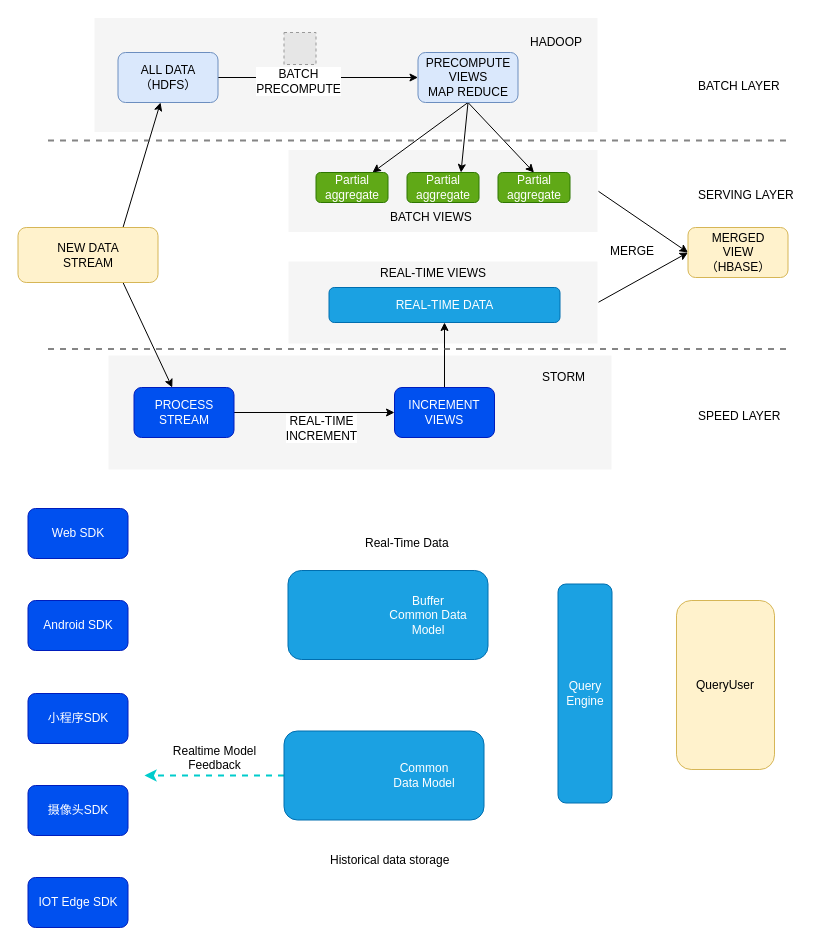
weiwen111/diagram keeps this draw.io diagram as page "Page-1" (1 of 3) of drawio/大数据IOTA 架构.drawio. Above is the earlier version. Source tidied: cells renumbered, new cells numbered last; positions are measured from the earlier drawing's top-left corner, leaving out a move shared by most shapes. Both pictures are drawn from the tidied source at 100%, with x=0, y=0 at pixel (17, 17). Pictures stored in the file or linked from it are replaced by grey dashed boxes.
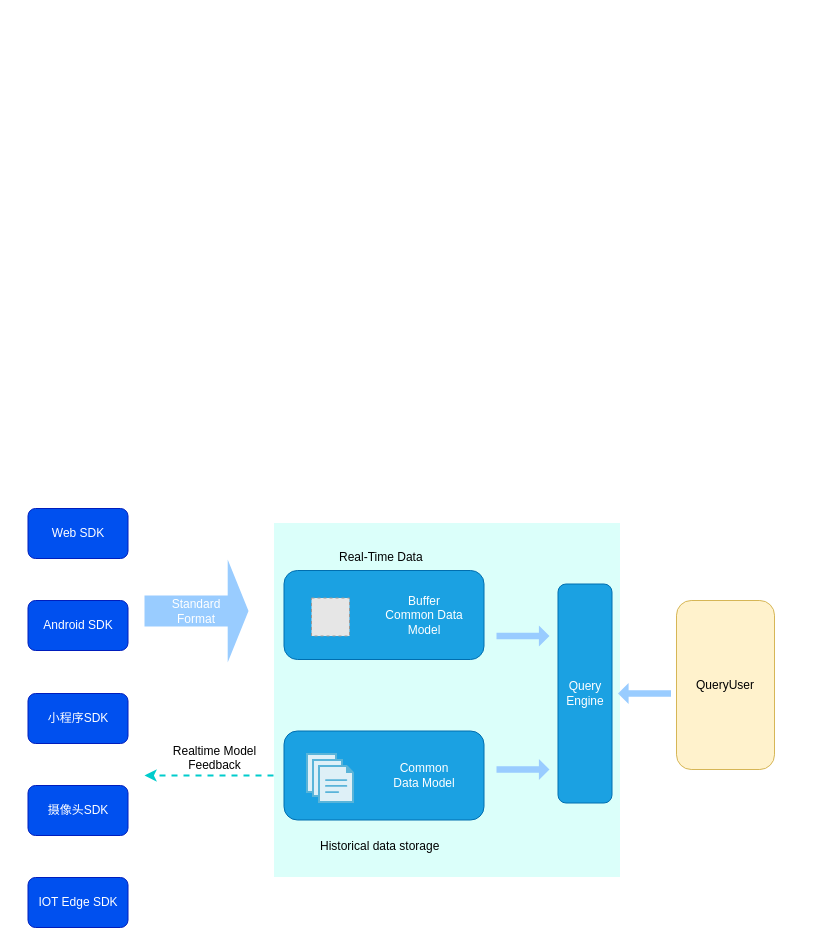
Above is the later version.

Commit message:
更新大数据IOTA 架构.drawio

The change refers to these unchanged cells:
```xml
<mxCell id="46" value="&lt;blockquote style=&quot;margin: 0 0 0 40px ; border: none ; padding: 0px&quot;&gt;&lt;blockquote style=&quot;margin: 0 0 0 40px ; border: none ; padding: 0px&quot;&gt;Common&lt;/blockquote&gt;&lt;blockquote style=&quot;margin: 0 0 0 40px ; border: none ; padding: 0px&quot;&gt;Data Model&lt;/blockquote&gt;&lt;/blockquote&gt;" style="rounded=1;whiteSpace=wrap;html=1;strokeColor=#006EAF;fillColor=#1ba1e2;fontColor=#ffffff;align=center;" parent="1" vertex="1">
  <mxGeometry x="266.5" y="713.5" width="200" height="89" as="geometry" />
</mxCell>
```

Diff of the diagram source:
```diff
@@
-    <mxCell id="2" style="edgeStyle=none;rounded=0;jettySize=auto;html=1;exitX=1;exitY=0.5;exitDx=0;exitDy=0;entryX=0;entryY=0.5;entryDx=0;entryDy=0;" parent="1" edge="1" source="3" target="28">
-      <mxGeometry relative="1" as="geometry" />
-    </mxCell>
-    <mxCell id="3" style="rounded=0;whiteSpace=wrap;html=1;fillColor=#f5f5f5;strokeColor=#FFFFFF;fontColor=#333333;" parent="1" vertex="1">
-      <mxGeometry x="270.5" y="243.5" width="310" height="83" as="geometry" />
-    </mxCell>
-    <mxCell id="4" style="edgeStyle=none;rounded=0;jettySize=auto;html=1;exitX=1;exitY=0.5;exitDx=0;exitDy=0;entryX=0;entryY=0.5;entryDx=0;entryDy=0;" parent="1" edge="1" source="5" target="28">
-      <mxGeometry relative="1" as="geometry" />
-    </mxCell>
-    <mxCell id="5" style="rounded=0;whiteSpace=wrap;html=1;fillColor=#f5f5f5;strokeColor=#FFFFFF;fontColor=#333333;" parent="1" vertex="1">
-      <mxGeometry x="270.5" y="132" width="310" height="83" as="geometry" />
-    </mxCell>
-    <mxCell id="6" style="rounded=0;whiteSpace=wrap;html=1;fillColor=#f5f5f5;strokeColor=#FFFFFF;fontColor=#333333;" parent="1" vertex="1">
-      <mxGeometry x="90.5" y="337.5" width="504" height="115" as="geometry" />
-    </mxCell>
-    <mxCell id="7" style="rounded=0;whiteSpace=wrap;html=1;fillColor=#f5f5f5;strokeColor=#FFFFFF;fontColor=#333333;" parent="1" vertex="1">
-      <mxGeometry x="76.5" width="504" height="115" as="geometry" />
-    </mxCell>
-    <mxCell id="8" style="edgeStyle=orthogonalEdgeStyle;rounded=0;jettySize=auto;html=1;" parent="1" edge="1" source="10" target="14">
-      <mxGeometry relative="1" as="geometry" />
-    </mxCell>
-    <mxCell id="9" value="BATCH&lt;br&gt;PRECOMPUTE&lt;br&gt;" style="text;html=1;align=center;verticalAlign=middle;labelBackgroundColor=#ffffff;" parent="8" vertex="1">
-      <mxGeometry x="-0.2" y="-3" relative="1" as="geometry" />
-    </mxCell>
-    <mxCell id="10" value="ALL DATA&lt;br&gt;（HDFS）&lt;br&gt;" style="rounded=1;whiteSpace=wrap;html=1;strokeColor=#6c8ebf;fillColor=#dae8fc;" parent="1" vertex="1">
-      <mxGeometry x="100.5" y="35" width="100" height="50" as="geometry" />
-    </mxCell>
-    <mxCell id="11" style="rounded=0;jettySize=auto;html=1;exitX=0.5;exitY=1;exitDx=0;exitDy=0;" parent="1" edge="1" source="14" target="25">
-      <mxGeometry relative="1" as="geometry" />
-    </mxCell>
-    <mxCell id="12" style="edgeStyle=none;rounded=0;jettySize=auto;html=1;exitX=0.5;exitY=1;exitDx=0;exitDy=0;entryX=0.75;entryY=0;entryDx=0;entryDy=0;" parent="1" edge="1" source="14" target="26">
-      <mxGeometry relative="1" as="geometry" />
-    </mxCell>
-    <mxCell id="13" style="edgeStyle=none;rounded=0;jettySize=auto;html=1;exitX=0.5;exitY=1;exitDx=0;exitDy=0;entryX=0.5;entryY=0;entryDx=0;entryDy=0;" parent="1" edge="1" source="14" target="27">
-      <mxGeometry relative="1" as="geometry" />
-    </mxCell>
-    <mxCell id="14" value="PRECOMPUTE&lt;br&gt;VIEWS&lt;br&gt;MAP REDUCE&lt;br&gt;" style="rounded=1;whiteSpace=wrap;html=1;strokeColor=#6c8ebf;fillColor=#dae8fc;" parent="1" vertex="1">
-      <mxGeometry x="400.5" y="35" width="100" height="50" as="geometry" />
-    </mxCell>
-    <mxCell id="15" style="fillColor=#E6E6E6;strokeColor=#999999;dashed=1;html=1;verticalAlign=top;verticalLabelPosition=bottom;labelBackgroundColor=#ffffff;" parent="1" vertex="1">
-      <mxGeometry x="266.5" y="15" width="32" height="32" as="geometry" />
-    </mxCell>
-    <mxCell id="16" style="rounded=0;jettySize=auto;html=1;exitX=0.75;exitY=0;exitDx=0;exitDy=0;" parent="1" edge="1" source="18" target="10">
-      <mxGeometry relative="1" as="geometry" />
-    </mxCell>
-    <mxCell id="17" style="rounded=0;jettySize=auto;html=1;exitX=0.75;exitY=1;exitDx=0;exitDy=0;" parent="1" edge="1" source="18" target="21">
-      <mxGeometry relative="1" as="geometry" />
-    </mxCell>
-    <mxCell id="18" value="NEW DATA&lt;br&gt;STREAM&lt;br&gt;" style="rounded=1;whiteSpace=wrap;html=1;strokeColor=#d6b656;fillColor=#fff2cc;" parent="1" vertex="1">
-      <mxGeometry x="0.5" y="210" width="140" height="55" as="geometry" />
-    </mxCell>
-    <mxCell id="19" style="edgeStyle=orthogonalEdgeStyle;rounded=0;jettySize=auto;html=1;exitX=1;exitY=0.5;exitDx=0;exitDy=0;" parent="1" edge="1" source="21" target="23">
-      <mxGeometry relative="1" as="geometry" />
-    </mxCell>
-    <mxCell id="20" value="REAL-TIME&lt;br&gt;INCREMENT&lt;br&gt;" style="text;html=1;align=center;verticalAlign=middle;labelBackgroundColor=#ffffff;" parent="19" vertex="1">
-      <mxGeometry x="0.23" y="-2" relative="1" as="geometry">
-        <mxPoint x="-12" y="13" as="offset" />
-      </mxGeometry>
-    </mxCell>
-    <mxCell id="21" value="PROCESS&lt;br&gt;STREAM&lt;br&gt;" style="rounded=1;whiteSpace=wrap;html=1;strokeColor=#001DBC;fillColor=#0050ef;fontColor=#ffffff;" parent="1" vertex="1">
-      <mxGeometry x="116.5" y="370" width="100" height="50" as="geometry" />
-    </mxCell>
-    <mxCell id="22" style="rounded=0;jettySize=auto;html=1;exitX=0.5;exitY=0;exitDx=0;exitDy=0;" parent="1" edge="1" source="23" target="24">
-      <mxGeometry relative="1" as="geometry" />
-    </mxCell>
-    <mxCell id="23" value="INCREMENT&lt;br&gt;VIEWS&lt;br&gt;" style="rounded=1;whiteSpace=wrap;html=1;strokeColor=#001DBC;fillColor=#0050ef;fontColor=#ffffff;" parent="1" vertex="1">
-      <mxGeometry x="377" y="370" width="100" height="50" as="geometry" />
-    </mxCell>
-    <mxCell id="24" value="REAL-TIME DATA&lt;br&gt;" style="rounded=1;whiteSpace=wrap;html=1;strokeColor=#006EAF;fillColor=#1ba1e2;fontColor=#ffffff;" parent="1" vertex="1">
-      <mxGeometry x="311.5" y="270" width="231" height="35" as="geometry" />
-    </mxCell>
-    <mxCell id="25" value="Partial&lt;br&gt;aggregate&lt;br&gt;" style="rounded=1;whiteSpace=wrap;html=1;strokeColor=#2D7600;fillColor=#60a917;fontColor=#ffffff;" parent="1" vertex="1">
-      <mxGeometry x="298.5" y="155" width="72" height="30" as="geometry" />
-    </mxCell>
-    <mxCell id="26" value="Partial&lt;br&gt;aggregate&lt;br&gt;" style="rounded=1;whiteSpace=wrap;html=1;strokeColor=#2D7600;fillColor=#60a917;fontColor=#ffffff;" parent="1" vertex="1">
-      <mxGeometry x="389.5" y="155" width="72" height="30" as="geometry" />
-    </mxCell>
-    <mxCell id="27" value="Partial&lt;br&gt;aggregate&lt;br&gt;" style="rounded=1;whiteSpace=wrap;html=1;strokeColor=#2D7600;fillColor=#60a917;fontColor=#ffffff;" parent="1" vertex="1">
-      <mxGeometry x="480.5" y="155" width="72" height="30" as="geometry" />
-    </mxCell>
-    <mxCell id="28" value="MERGED&lt;br&gt;VIEW&lt;br&gt;（HBASE）&lt;br&gt;" style="rounded=1;whiteSpace=wrap;html=1;strokeColor=#d6b656;fillColor=#fff2cc;" parent="1" vertex="1">
-      <mxGeometry x="670.5" y="210" width="100" height="50" as="geometry" />
-    </mxCell>
-    <mxCell id="29" value="STORM" style="text;html=1;align=left;verticalAlign=top;spacingTop=-4;" parent="1" vertex="1">
-      <mxGeometry x="522.5" y="350" width="60" height="20" as="geometry" />
-    </mxCell>
-    <mxCell id="30" value="SPEED LAYER&amp;nbsp;" style="text;html=1;align=left;verticalAlign=top;spacingTop=-4;" parent="1" vertex="1">
-      <mxGeometry x="678.5" y="389" width="100" height="20" as="geometry" />
-    </mxCell>
-    <mxCell id="31" value="MERGE" style="text;html=1;align=left;verticalAlign=top;spacingTop=-4;" parent="1" vertex="1">
-      <mxGeometry x="590.5" y="223.5" width="60" height="20" as="geometry" />
-    </mxCell>
-    <mxCell id="32" value="SERVING LAYER" style="text;html=1;align=left;verticalAlign=top;spacingTop=-4;" parent="1" vertex="1">
-      <mxGeometry x="678.5" y="168" width="110" height="20" as="geometry" />
-    </mxCell>
-    <mxCell id="33" value="BATCH LAYER" style="text;html=1;align=left;verticalAlign=top;spacingTop=-4;" parent="1" vertex="1">
-      <mxGeometry x="678.5" y="59" width="100" height="20" as="geometry" />
-    </mxCell>
-    <mxCell id="34" value="BATCH VIEWS" style="text;html=1;align=left;verticalAlign=top;spacingTop=-4;" parent="1" vertex="1">
-      <mxGeometry x="370.5" y="190" width="100" height="20" as="geometry" />
-    </mxCell>
-    <mxCell id="35" value="REAL-TIME VIEWS" style="text;html=1;align=left;verticalAlign=top;spacingTop=-4;" parent="1" vertex="1">
-      <mxGeometry x="360.5" y="245.5" width="120" height="20" as="geometry" />
-    </mxCell>
-    <mxCell id="36" value="HADOOP" style="text;html=1;align=left;verticalAlign=top;spacingTop=-4;" parent="1" vertex="1">
-      <mxGeometry x="510.5" y="15" width="70" height="20" as="geometry" />
-    </mxCell>
-    <mxCell id="37" style="line;strokeWidth=2;fillColor=none;align=left;verticalAlign=middle;spacingTop=-1;spacingLeft=3;spacingRight=3;labelPosition=right;dashed=1;strokeColor=#525252;opacity=70;" parent="1" vertex="1">
-      <mxGeometry x="30.5" y="119" width="740" height="8" as="geometry" />
-    </mxCell>
-    <mxCell id="38" style="line;strokeWidth=2;fillColor=none;align=left;verticalAlign=middle;spacingTop=-1;spacingLeft=3;spacingRight=3;labelPosition=right;dashed=1;strokeColor=#525252;opacity=70;" parent="1" vertex="1">
-      <mxGeometry x="30.5" y="327.5" width="740" height="8" as="geometry" />
-    </mxCell>
+    <mxCell id="52" style="rounded=0;whiteSpace=wrap;html=1;fillColor=#DBFFFA;strokeColor=#FFFFFF;fontColor=#333333;" parent="1" vertex="1">
+      <mxGeometry x="256" y="505" width="347" height="355" as="geometry" />
+    </mxCell>
@@
     <mxCell id="44" value="&lt;blockquote style=&quot;margin: 0 0 0 40px ; border: none ; padding: 0px&quot;&gt;&lt;blockquote style=&quot;margin: 0 0 0 40px ; border: none ; padding: 0px&quot;&gt;Buffer&lt;/blockquote&gt;&lt;blockquote style=&quot;margin: 0 0 0 40px ; border: none ; padding: 0px&quot;&gt;Common Data&lt;/blockquote&gt;&lt;blockquote style=&quot;margin: 0 0 0 40px ; border: none ; padding: 0px&quot;&gt;Model&lt;/blockquote&gt;&lt;/blockquote&gt;" style="rounded=1;whiteSpace=wrap;html=1;strokeColor=#006EAF;fillColor=#1ba1e2;fontColor=#ffffff;" parent="1" vertex="1">
-      <mxGeometry x="270.5" y="553" width="200" height="89" as="geometry" />
+      <mxGeometry x="266.5" y="553" width="200" height="89" as="geometry" />
     </mxCell>
-    <mxCell id="45" style="edgeStyle=orthogonalEdgeStyle;rounded=1;jettySize=auto;html=1;dashed=1;strokeWidth=2;strokeColor=#00CCCC;" parent="1" edge="1" source="46">
+    <mxCell id="45" style="edgeStyle=orthogonalEdgeStyle;rounded=1;orthogonalLoop=1;jettySize=auto;html=1;dashed=1;strokeWidth=2;strokeColor=#00CCCC;" parent="1" edge="1">
       <mxGeometry relative="1" as="geometry">
+        <mxPoint x="256" y="758" as="sourcePoint" />
         <mxPoint x="127" y="758" as="targetPoint" />
       </mxGeometry>
     </mxCell>
@@
     <mxCell id="47" value="Real-Time Data" style="text;html=1;align=left;verticalAlign=top;spacingTop=-4;" parent="1" vertex="1">
-      <mxGeometry x="346" y="516" width="94" height="14" as="geometry" />
+      <mxGeometry x="319.5" y="530" width="94" height="14" as="geometry" />
     </mxCell>
     <mxCell id="48" value="Historical data storage" style="text;html=1;align=left;verticalAlign=top;spacingTop=-4;" parent="1" vertex="1">
-      <mxGeometry x="311" y="833" width="129" height="14" as="geometry" />
+      <mxGeometry x="300.5" y="819" width="129" height="14" as="geometry" />
     </mxCell>
@@
+    <mxCell id="53" value="&lt;font color=&quot;#ffffff&quot;&gt;Standard&lt;br&gt;Format&lt;/font&gt;" style="shape=singleArrow;whiteSpace=wrap;html=1;shadow=0;comic=0;perimeterSpacing=0;fillColor=#99CCFF;strokeColor=none;" parent="1" vertex="1">
+      <mxGeometry x="127" y="542" width="104" height="103" as="geometry" />
+    </mxCell>
+    <mxCell id="54" style="shape=singleArrow;whiteSpace=wrap;html=1;shadow=0;comic=0;perimeterSpacing=0;fillColor=#99CCFF;strokeColor=none;" parent="1" vertex="1">
+      <mxGeometry x="479" y="608" width="53" height="21" as="geometry" />
+    </mxCell>
+    <mxCell id="55" style="shape=singleArrow;whiteSpace=wrap;html=1;shadow=0;comic=0;perimeterSpacing=0;fillColor=#99CCFF;strokeColor=none;" parent="1" vertex="1">
+      <mxGeometry x="479" y="741.5" width="53" height="21" as="geometry" />
+    </mxCell>
+    <mxCell id="56" style="shape=singleArrow;whiteSpace=wrap;html=1;shadow=0;comic=0;perimeterSpacing=0;fillColor=#99CCFF;strokeColor=none;rotation=180;" parent="1" vertex="1">
+      <mxGeometry x="600.5" y="665.5" width="53" height="21" as="geometry" />
+    </mxCell>
+    <mxCell id="57" style="fillColor=#E6E6E6;strokeColor=#999999;dashed=1;html=1;verticalAlign=top;verticalLabelPosition=bottom;labelBackgroundColor=#ffffff;" parent="1" vertex="1">
+      <mxGeometry x="294" y="580.5" width="38" height="38" as="geometry" />
+    </mxCell>
+    <mxCell id="58" style="html=1;perimeter=none;align=center;shadow=0;dashed=0;image;fontSize=12;image=img/lib/mscae/Files.svg;comic=0;fillColor=#DBFFFA;" parent="1" vertex="1">
+      <mxGeometry x="289" y="736" width="48" height="50" as="geometry" />
+    </mxCell>
```
